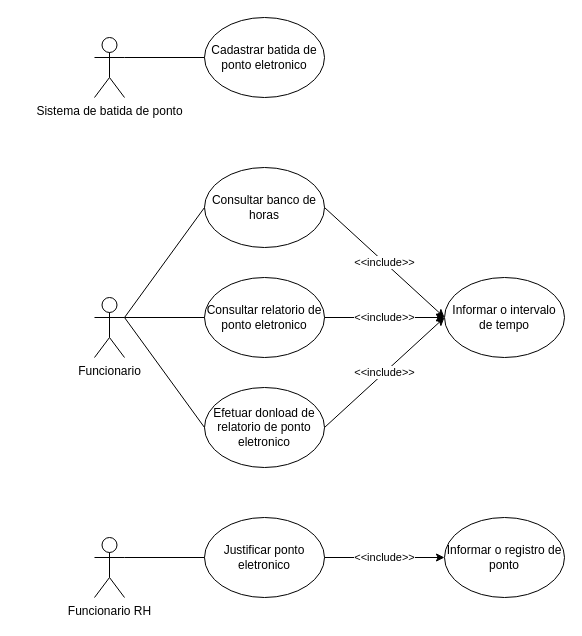
This is page "RH - sistema de controle de ponto" (3 of 3) of diagramas.drawio.xml from LMoraes7/sistema_rh, a draw.io file, before an edit. Source tidied: cells renumbered, new cells numbered last; positions are measured from the earlier drawing's top-left corner, leaving out a move shared by most shapes. Both pictures are drawn from the tidied source at 100%, with x=0, y=0 at pixel (94, 17).
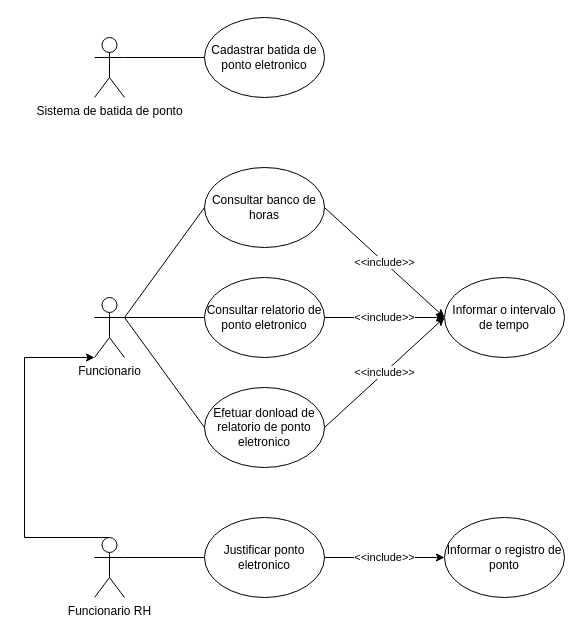
The same diagram, later.

Commit message:
corrigindo diagrama de ponto eletronico

The change refers to these unchanged cells:
```xml
<mxCell id="10" value="Funcionario" style="shape=umlActor;verticalLabelPosition=bottom;verticalAlign=top;html=1;outlineConnect=0;" parent="1" vertex="1">
  <mxGeometry y="280" width="30" height="60" as="geometry" />
</mxCell>
<mxCell id="17" value="Funcionario RH" style="shape=umlActor;verticalLabelPosition=bottom;verticalAlign=top;html=1;outlineConnect=0;" parent="1" vertex="1">
  <mxGeometry y="520" width="30" height="60" as="geometry" />
</mxCell>
```

Diff of the diagram source:
```diff
@@
+    <mxCell id="21" style="endArrow=classic;html=1;rounded=0;entryX=0;entryY=1;entryDx=0;entryDy=0;entryPerimeter=0;exitX=0.5;exitY=0;exitDx=0;exitDy=0;exitPerimeter=0;" parent="1" edge="1" source="17" target="10">
+      <mxGeometry relative="1" as="geometry">
+        <Array as="points">
+          <mxPoint x="-70" y="520" />
+          <mxPoint x="-70" y="340" />
+        </Array>
+      </mxGeometry>
+    </mxCell>
```
